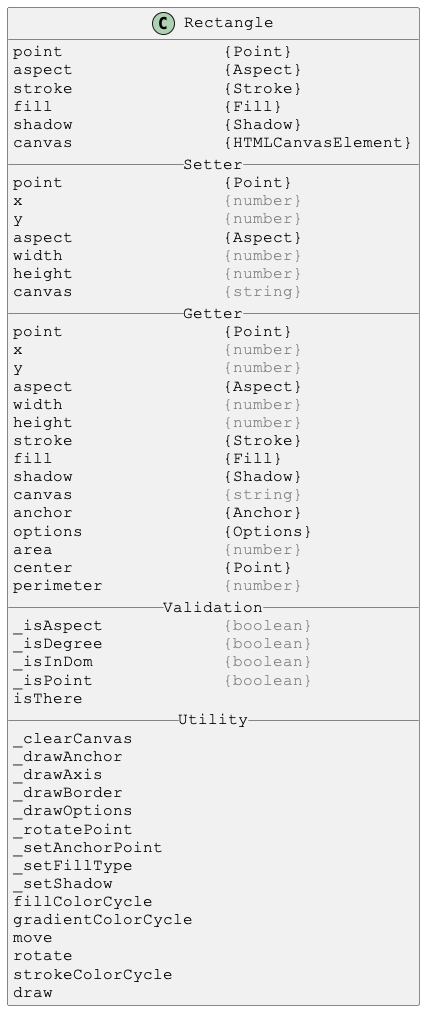
Earlier version of the PlantUML export docs/PlantUml/images/Rectangle.png (Justin-Byrne/canvasLab).
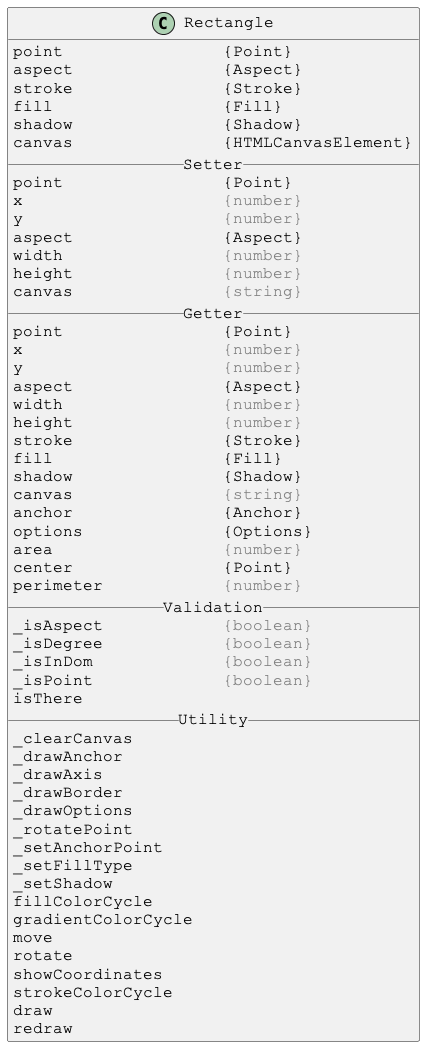
After the change.

Change to the diagram source:
```diff
@@ -54,8 +54,10 @@
 gradientColorCycle
 move
 rotate
+showCoordinates
 strokeColorCycle
 draw
+redraw
 }
 
 @enduml
```
